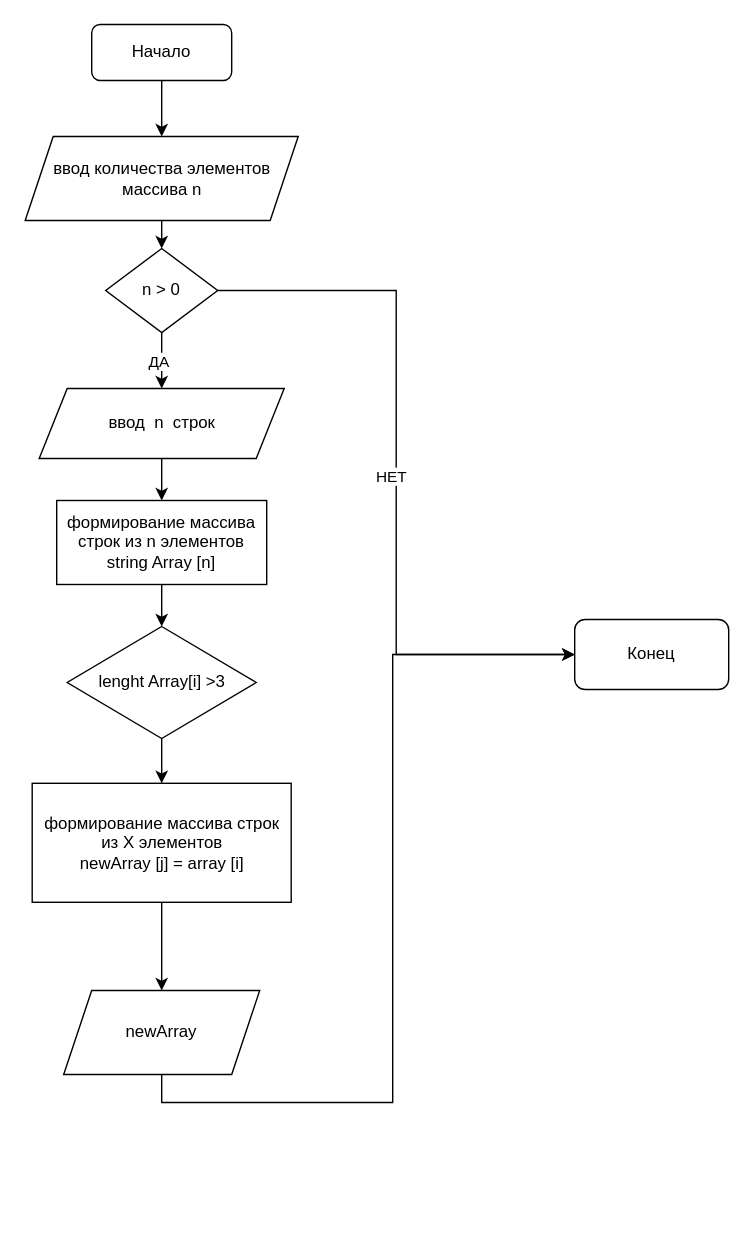
Earlier version of the draw.io diagram алгоритм.drawio (TatyanaVoronovskaya/final_task_C). Source tidied: cells renumbered, new cells numbered last; positions are measured from the earlier drawing's top-left corner, leaving out a move shared by most shapes. Both pictures are drawn from the tidied source at 140%, with x=0, y=0 at pixel (25, 24).
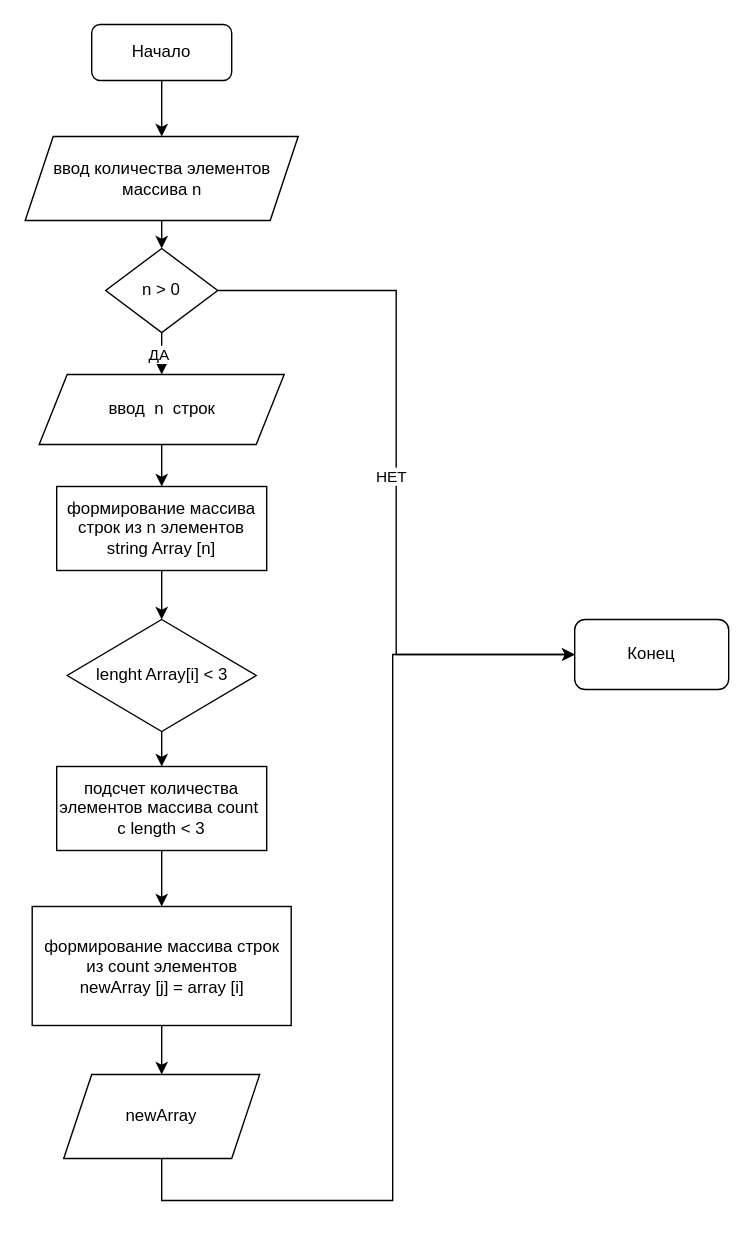
After the change.

Commit message:
исправлен файл алгоритм

The change refers to these unchanged cells:
```xml
<mxCell id="5" value="Конец" style="rounded=1;whiteSpace=wrap;html=1;" parent="1" vertex="1">
  <mxGeometry x="392" y="425" width="110" height="50" as="geometry" />
</mxCell>
```

Diff of the diagram source:
```diff
@@
     <mxCell id="2" value="ввод&amp;nbsp; n&amp;nbsp; строк" style="shape=parallelogram;perimeter=parallelogramPerimeter;whiteSpace=wrap;html=1;fixedSize=1;" parent="1" vertex="1">
-      <mxGeometry x="9.5" y="260" width="175" height="50" as="geometry" />
+      <mxGeometry x="9.5" y="250" width="175" height="50" as="geometry" />
     </mxCell>
@@
     <mxCell id="8" value="формирование массива строк из n элементов&lt;br&gt;string Array [n]" style="rounded=0;whiteSpace=wrap;html=1;" parent="1" vertex="1">
-      <mxGeometry x="22" y="340" width="150" height="60" as="geometry" />
+      <mxGeometry x="22" y="330" width="150" height="60" as="geometry" />
     </mxCell>
@@
-    <mxCell id="10" value="lenght Array[i] &amp;gt;3" style="rhombus;whiteSpace=wrap;html=1;" parent="1" vertex="1">
-      <mxGeometry x="29.5" y="430" width="135" height="80" as="geometry" />
+    <mxCell id="10" value="lenght Array[i] &amp;lt; 3" style="rhombus;whiteSpace=wrap;html=1;" parent="1" vertex="1">
+      <mxGeometry x="29.5" y="425" width="135" height="80" as="geometry" />
     </mxCell>
-    <mxCell id="11" value="формирование массива строк из X элементов&lt;br&gt;newArray [j] = array [i]" style="rounded=0;whiteSpace=wrap;html=1;" parent="1" vertex="1">
-      <mxGeometry x="4.5" y="542" width="185" height="85" as="geometry" />
+    <mxCell id="11" value="формирование массива строк из count элементов&lt;br&gt;newArray [j] = array [i]" style="rounded=0;whiteSpace=wrap;html=1;" parent="1" vertex="1">
+      <mxGeometry x="4.5" y="630" width="185" height="85" as="geometry" />
     </mxCell>
     <mxCell id="12" value="newArray" style="shape=parallelogram;perimeter=parallelogramPerimeter;whiteSpace=wrap;html=1;fixedSize=1;" parent="1" vertex="1">
-      <mxGeometry x="27" y="690" width="140" height="60" as="geometry" />
+      <mxGeometry x="27" y="750" width="140" height="60" as="geometry" />
     </mxCell>
-    <mxCell id="13" style="endArrow=classic;html=1;rounded=0;exitX=0.5;exitY=1;exitDx=0;exitDy=0;entryX=0.5;entryY=0;entryDx=0;entryDy=0;" parent="1" edge="1" source="10" target="11">
+    <mxCell id="13" style="endArrow=classic;html=1;rounded=0;exitX=0.5;exitY=1;exitDx=0;exitDy=0;entryX=0.5;entryY=0;entryDx=0;entryDy=0;" parent="1" edge="1" source="10" target="22">
       <mxGeometry relative="1" as="geometry" />
     </mxCell>
     <mxCell id="14" style="endArrow=classic;html=1;rounded=0;exitX=0.5;exitY=1;exitDx=0;exitDy=0;edgeStyle=orthogonalEdgeStyle;entryX=0;entryY=0.5;entryDx=0;entryDy=0;" parent="1" edge="1" source="12" target="5">
       <mxGeometry relative="1" as="geometry">
         <Array as="points">
-          <mxPoint x="97" y="770" />
-          <mxPoint x="262" y="770" />
+          <mxPoint x="97" y="840" />
+          <mxPoint x="262" y="840" />
           <mxPoint x="262" y="450" />
         </Array>
       </mxGeometry>
     </mxCell>
@@
+    <mxCell id="22" value="подсчет количества элементов массива count&amp;nbsp; с length &amp;lt; 3" style="rounded=0;whiteSpace=wrap;html=1;" parent="1" vertex="1">
+      <mxGeometry x="22" y="530" width="150" height="60" as="geometry" />
+    </mxCell>
+    <mxCell id="23" style="endArrow=classic;html=1;rounded=0;exitX=0.5;exitY=1;exitDx=0;exitDy=0;entryX=0.5;entryY=0;entryDx=0;entryDy=0;" parent="1" edge="1" source="22" target="11">
+      <mxGeometry relative="1" as="geometry" />
+    </mxCell>
```
